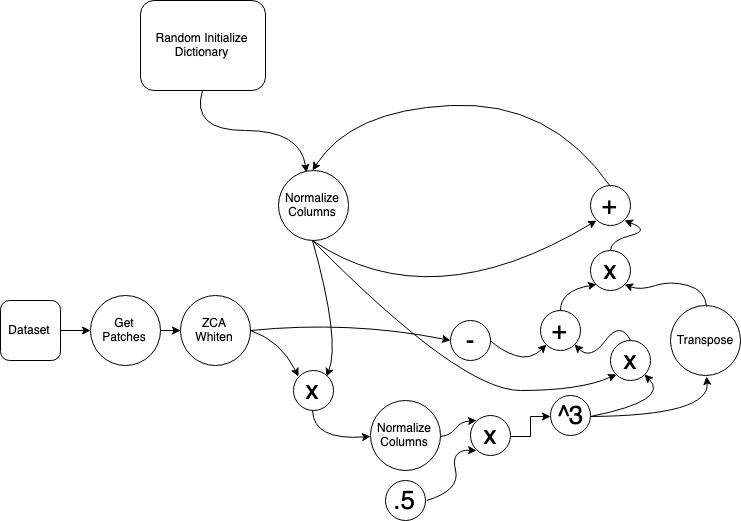
This is images/XCubed_diagram.png from mishakmak/X-3FeatureExtraction, a draw.io export, as it was before one commit. Source tidied: cells renumbered, new cells last; positions are measured from the earlier drawing's top-left corner, leaving out a move shared by most shapes.
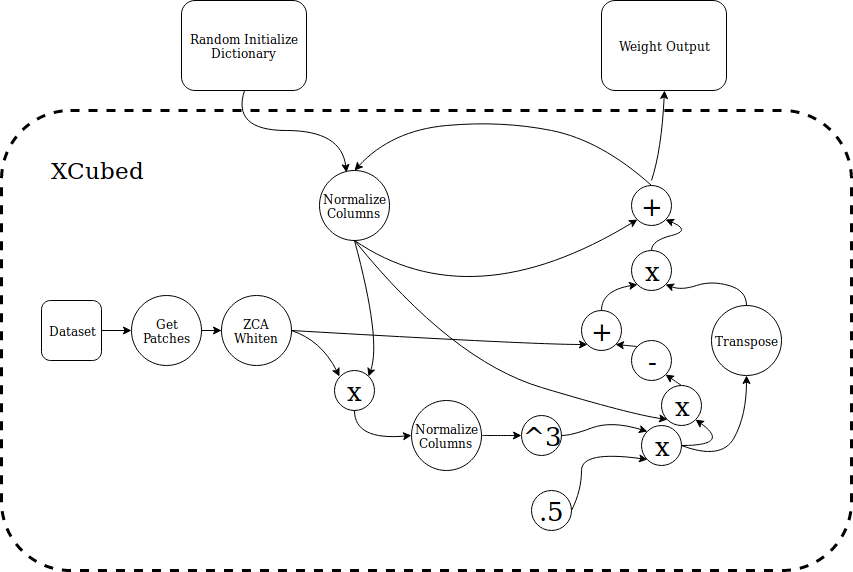
The same file after the commit.

The edit, as a diff of the source:
```diff
@@ -2,191 +2,200 @@
   <root>
     <mxCell id="0" />
     <mxCell id="1" parent="0" />
-    <mxCell id="2" value="Random Initialize Dictionary" style="rounded=1;whiteSpace=wrap;html=1;" parent="1" vertex="1">
-      <mxGeometry x="140" width="125" height="90" as="geometry" />
+    <mxCell id="2" style="rounded=1;whiteSpace=wrap;html=1;fillColor=#ffffff;strokeWidth=3;dashed=1;" parent="1" vertex="1">
+      <mxGeometry x="130" y="180" width="850" height="460" as="geometry" />
     </mxCell>
-    <mxCell id="3" style="endArrow=classic;html=1;exitX=0.5;exitY=1;exitDx=0;exitDy=0;curved=1;entryX=0.393;entryY=0.029;entryDx=0;entryDy=0;entryPerimeter=0;" parent="1" edge="1" source="2" target="4">
-      <mxGeometry relative="1" as="geometry">
-        <Array as="points">
-          <mxPoint x="190" y="130" />
-          <mxPoint x="300" y="130" />
-        </Array>
-      </mxGeometry>
+    <mxCell id="3" value="Random Initialize Dictionary" style="rounded=1;whiteSpace=wrap;html=1;" parent="1" vertex="1">
+      <mxGeometry x="310" y="70" width="125" height="90" as="geometry" />
     </mxCell>
-    <mxCell id="4" value="Normalize Columns&lt;br&gt;" style="ellipse;whiteSpace=wrap;html=1;" parent="1" vertex="1">
-      <mxGeometry x="277.5" y="170" width="70" height="70" as="geometry" />
+    <mxCell id="4" style="endArrow=classic;html=1;exitX=0.5;exitY=1;exitDx=0;exitDy=0;curved=1;entryX=0.393;entryY=0.029;entryDx=0;entryDy=0;entryPerimeter=0;" parent="1" edge="1" source="3" target="5">
+      <mxGeometry relative="1" as="geometry">
+        <Array as="points">
+          <mxPoint x="360" y="200" />
+          <mxPoint x="470" y="200" />
+        </Array>
+      </mxGeometry>
     </mxCell>
-    <mxCell id="5" value="&lt;font style=&quot;font-size: 26px&quot;&gt;x&lt;/font&gt;" style="ellipse;whiteSpace=wrap;html=1;" parent="1" vertex="1">
-      <mxGeometry x="610" y="340" width="40" height="40" as="geometry" />
+    <mxCell id="5" value="Normalize Columns&lt;br&gt;" style="ellipse;whiteSpace=wrap;html=1;" parent="1" vertex="1">
+      <mxGeometry x="447.5" y="240" width="70" height="70" as="geometry" />
     </mxCell>
     <mxCell id="6" value="&lt;font style=&quot;font-size: 26px&quot;&gt;x&lt;/font&gt;" style="ellipse;whiteSpace=wrap;html=1;" parent="1" vertex="1">
-      <mxGeometry x="590" y="250" width="40" height="40" as="geometry" />
+      <mxGeometry x="790" y="455" width="40" height="40" as="geometry" />
     </mxCell>
-    <mxCell id="7" value="&lt;span style=&quot;font-size: 26px&quot;&gt;+&lt;/span&gt;" style="ellipse;whiteSpace=wrap;html=1;" parent="1" vertex="1">
-      <mxGeometry x="590" y="185" width="40" height="40" as="geometry" />
+    <mxCell id="7" value="&lt;font style=&quot;font-size: 26px&quot;&gt;x&lt;/font&gt;" style="ellipse;whiteSpace=wrap;html=1;" parent="1" vertex="1">
+      <mxGeometry x="760" y="320" width="40" height="40" as="geometry" />
     </mxCell>
     <mxCell id="8" value="&lt;span style=&quot;font-size: 26px&quot;&gt;+&lt;/span&gt;" style="ellipse;whiteSpace=wrap;html=1;" parent="1" vertex="1">
-      <mxGeometry x="540" y="310" width="40" height="40" as="geometry" />
+      <mxGeometry x="760" y="255" width="40" height="40" as="geometry" />
     </mxCell>
-    <mxCell id="9" value="Normalize Columns&lt;br&gt;" style="ellipse;whiteSpace=wrap;html=1;" parent="1" vertex="1">
-      <mxGeometry x="370" y="400" width="70" height="70" as="geometry" />
+    <mxCell id="9" value="&lt;span style=&quot;font-size: 26px&quot;&gt;+&lt;/span&gt;" style="ellipse;whiteSpace=wrap;html=1;" parent="1" vertex="1">
+      <mxGeometry x="710" y="380" width="40" height="40" as="geometry" />
     </mxCell>
-    <mxCell id="10" value="&lt;font style=&quot;font-size: 26px&quot;&gt;x&lt;/font&gt;" style="ellipse;whiteSpace=wrap;html=1;" parent="1" vertex="1">
-      <mxGeometry x="292.5" y="370" width="40" height="40" as="geometry" />
+    <mxCell id="10" value="Normalize Columns&lt;br&gt;" style="ellipse;whiteSpace=wrap;html=1;" parent="1" vertex="1">
+      <mxGeometry x="540" y="470" width="70" height="70" as="geometry" />
     </mxCell>
-    <mxCell id="11" value="&lt;span style=&quot;font-size: 26px&quot;&gt;-&lt;/span&gt;" style="ellipse;whiteSpace=wrap;html=1;" parent="1" vertex="1">
-      <mxGeometry x="450" y="320" width="40" height="40" as="geometry" />
+    <mxCell id="11" value="&lt;font style=&quot;font-size: 26px&quot;&gt;x&lt;/font&gt;" style="ellipse;whiteSpace=wrap;html=1;" parent="1" vertex="1">
+      <mxGeometry x="462.5" y="440" width="40" height="40" as="geometry" />
     </mxCell>
-    <mxCell id="12" style="edgeStyle=orthogonalEdgeStyle;rounded=0;jettySize=auto;html=1;exitX=1;exitY=0.5;exitDx=0;exitDy=0;entryX=0;entryY=0.5;entryDx=0;entryDy=0;" parent="1" edge="1" source="13" target="14">
-      <mxGeometry relative="1" as="geometry" />
+    <mxCell id="12" value="&lt;span style=&quot;font-size: 26px&quot;&gt;-&lt;/span&gt;" style="ellipse;whiteSpace=wrap;html=1;" parent="1" vertex="1">
+      <mxGeometry x="760" y="410" width="40" height="40" as="geometry" />
     </mxCell>
     <mxCell id="13" value="&lt;font style=&quot;font-size: 26px&quot;&gt;x&lt;/font&gt;" style="ellipse;whiteSpace=wrap;html=1;" parent="1" vertex="1">
-      <mxGeometry x="470" y="415" width="40" height="40" as="geometry" />
+      <mxGeometry x="770" y="495" width="40" height="40" as="geometry" />
     </mxCell>
     <mxCell id="14" value="&lt;font style=&quot;font-size: 26px&quot;&gt;^3&lt;/font&gt;" style="ellipse;whiteSpace=wrap;html=1;" parent="1" vertex="1">
-      <mxGeometry x="550" y="395" width="40" height="40" as="geometry" />
+      <mxGeometry x="650" y="485" width="40" height="40" as="geometry" />
     </mxCell>
     <mxCell id="15" value="&lt;font style=&quot;font-size: 26px&quot;&gt;.5&lt;br&gt;&lt;/font&gt;" style="ellipse;whiteSpace=wrap;html=1;" parent="1" vertex="1">
-      <mxGeometry x="385" y="480" width="40" height="40" as="geometry" />
+      <mxGeometry x="660" y="560" width="40" height="40" as="geometry" />
     </mxCell>
     <mxCell id="16" value="Transpose&lt;br&gt;" style="ellipse;whiteSpace=wrap;html=1;" parent="1" vertex="1">
-      <mxGeometry x="670" y="305" width="70" height="70" as="geometry" />
+      <mxGeometry x="840" y="375" width="70" height="70" as="geometry" />
     </mxCell>
     <mxCell id="17" style="edgeStyle=orthogonalEdgeStyle;rounded=0;jettySize=auto;html=1;entryX=0;entryY=0.5;entryDx=0;entryDy=0;" parent="1" edge="1" source="18" target="20">
       <mxGeometry relative="1" as="geometry" />
     </mxCell>
     <mxCell id="18" value="Dataset" style="rounded=1;whiteSpace=wrap;html=1;" parent="1" vertex="1">
-      <mxGeometry y="300" width="60" height="60" as="geometry" />
+      <mxGeometry x="170" y="370" width="60" height="60" as="geometry" />
     </mxCell>
     <mxCell id="19" style="edgeStyle=orthogonalEdgeStyle;rounded=0;jettySize=auto;html=1;" parent="1" edge="1" source="20" target="21">
       <mxGeometry relative="1" as="geometry" />
     </mxCell>
     <mxCell id="20" value="Get&lt;br&gt;Patches&lt;br&gt;" style="ellipse;whiteSpace=wrap;html=1;" parent="1" vertex="1">
-      <mxGeometry x="90" y="295" width="70" height="70" as="geometry" />
+      <mxGeometry x="260" y="365" width="70" height="70" as="geometry" />
     </mxCell>
     <mxCell id="21" value="ZCA&lt;br&gt;Whiten&lt;br&gt;" style="ellipse;whiteSpace=wrap;html=1;" parent="1" vertex="1">
-      <mxGeometry x="180" y="295" width="70" height="70" as="geometry" />
+      <mxGeometry x="350" y="365" width="70" height="70" as="geometry" />
     </mxCell>
-    <mxCell id="22" style="curved=1;endArrow=classic;html=1;entryX=0;entryY=0;entryDx=0;entryDy=0;exitX=1;exitY=0.5;exitDx=0;exitDy=0;" parent="1" edge="1" source="21" target="10">
+    <mxCell id="22" style="curved=1;endArrow=classic;html=1;entryX=0;entryY=0;entryDx=0;entryDy=0;exitX=1;exitY=0.5;exitDx=0;exitDy=0;" parent="1" edge="1" source="21" target="11">
       <mxGeometry relative="1" as="geometry">
         <Array as="points">
-          <mxPoint x="280" y="340" />
+          <mxPoint x="450" y="410" />
         </Array>
       </mxGeometry>
     </mxCell>
-    <mxCell id="23" style="curved=1;endArrow=classic;html=1;entryX=0;entryY=0.5;entryDx=0;entryDy=0;exitX=1;exitY=0.5;exitDx=0;exitDy=0;" parent="1" edge="1" source="21" target="11">
+    <mxCell id="23" style="curved=1;endArrow=classic;html=1;exitX=1;exitY=0.5;exitDx=0;exitDy=0;entryX=0;entryY=1;entryDx=0;entryDy=0;" parent="1" edge="1" source="21" target="9">
       <mxGeometry relative="1" as="geometry">
         <Array as="points">
-          <mxPoint x="350" y="320" />
+          <mxPoint x="660" y="414" />
         </Array>
       </mxGeometry>
     </mxCell>
-    <mxCell id="24" style="curved=1;endArrow=classic;html=1;entryX=1;entryY=0;entryDx=0;entryDy=0;exitX=0.5;exitY=1;exitDx=0;exitDy=0;" parent="1" edge="1" source="4" target="10">
+    <mxCell id="24" style="curved=1;endArrow=classic;html=1;entryX=1;entryY=0;entryDx=0;entryDy=0;exitX=0.5;exitY=1;exitDx=0;exitDy=0;" parent="1" edge="1" source="5" target="11">
       <mxGeometry relative="1" as="geometry">
         <Array as="points">
-          <mxPoint x="340" y="340" />
+          <mxPoint x="510" y="410" />
         </Array>
       </mxGeometry>
     </mxCell>
-    <mxCell id="25" style="curved=1;endArrow=classic;html=1;entryX=0;entryY=1;entryDx=0;entryDy=0;exitX=0.5;exitY=1;exitDx=0;exitDy=0;" parent="1" edge="1" source="4" target="5">
+    <mxCell id="25" style="curved=1;endArrow=classic;html=1;entryX=0;entryY=1;entryDx=0;entryDy=0;exitX=0.5;exitY=1;exitDx=0;exitDy=0;" parent="1" edge="1" source="5" target="6">
       <mxGeometry relative="1" as="geometry">
         <Array as="points">
-          <mxPoint x="460" y="390" />
-          <mxPoint x="580" y="390" />
+          <mxPoint x="580" y="430" />
+          <mxPoint x="760" y="484" />
         </Array>
       </mxGeometry>
     </mxCell>
-    <mxCell id="26" style="curved=1;endArrow=classic;html=1;entryX=0;entryY=1;entryDx=0;entryDy=0;exitX=1;exitY=0.5;exitDx=0;exitDy=0;" parent="1" edge="1" source="11" target="8">
+    <mxCell id="26" style="curved=1;endArrow=classic;html=1;entryX=0.5;entryY=1;entryDx=0;entryDy=0;exitX=1;exitY=0.5;exitDx=0;exitDy=0;" parent="1" edge="1" source="13" target="16">
       <mxGeometry relative="1" as="geometry">
         <Array as="points">
-          <mxPoint x="500" y="350" />
-          <mxPoint x="530" y="360" />
+          <mxPoint x="850" y="530" />
+          <mxPoint x="875" y="485" />
         </Array>
       </mxGeometry>
     </mxCell>
-    <mxCell id="27" style="curved=1;endArrow=classic;html=1;entryX=1;entryY=1;entryDx=0;entryDy=0;exitX=0.5;exitY=0;exitDx=0;exitDy=0;" parent="1" edge="1" source="5" target="8">
+    <mxCell id="27" style="curved=1;endArrow=classic;html=1;entryX=0;entryY=1;entryDx=0;entryDy=0;exitX=0.5;exitY=1;exitDx=0;exitDy=0;" parent="1" edge="1" source="5" target="8">
       <mxGeometry relative="1" as="geometry">
         <Array as="points">
-          <mxPoint x="620" y="320" />
-          <mxPoint x="590" y="360" />
+          <mxPoint x="600" y="390" />
         </Array>
       </mxGeometry>
     </mxCell>
-    <mxCell id="28" style="curved=1;endArrow=classic;html=1;entryX=0.5;entryY=1;entryDx=0;entryDy=0;exitX=1;exitY=0.5;exitDx=0;exitDy=0;" parent="1" edge="1" source="14" target="16">
+    <mxCell id="28" style="curved=1;endArrow=classic;html=1;entryX=1;entryY=1;entryDx=0;entryDy=0;exitX=0.5;exitY=0;exitDx=0;exitDy=0;" parent="1" edge="1" source="7" target="8">
       <mxGeometry relative="1" as="geometry">
         <Array as="points">
-          <mxPoint x="710" y="415" />
+          <mxPoint x="780" y="310" />
+          <mxPoint x="820" y="300" />
         </Array>
       </mxGeometry>
     </mxCell>
-    <mxCell id="29" style="curved=1;endArrow=classic;html=1;entryX=1;entryY=1;entryDx=0;entryDy=0;exitX=1;exitY=0.5;exitDx=0;exitDy=0;" parent="1" edge="1" source="14" target="5">
+    <mxCell id="29" style="curved=1;endArrow=classic;html=1;entryX=0;entryY=1;entryDx=0;entryDy=0;exitX=0.5;exitY=0;exitDx=0;exitDy=0;" parent="1" edge="1" source="9" target="7">
       <mxGeometry relative="1" as="geometry">
         <Array as="points">
-          <mxPoint x="670" y="400" />
+          <mxPoint x="730" y="360" />
         </Array>
       </mxGeometry>
     </mxCell>
-    <mxCell id="30" style="curved=1;endArrow=classic;html=1;entryX=0;entryY=1;entryDx=0;entryDy=0;exitX=0.5;exitY=1;exitDx=0;exitDy=0;" parent="1" edge="1" source="4" target="7">
+    <mxCell id="30" style="curved=1;endArrow=classic;html=1;entryX=1;entryY=1;entryDx=0;entryDy=0;exitX=0.5;exitY=0;exitDx=0;exitDy=0;" parent="1" edge="1" source="16" target="7">
       <mxGeometry relative="1" as="geometry">
         <Array as="points">
-          <mxPoint x="430" y="320" />
+          <mxPoint x="875" y="360" />
+          <mxPoint x="840" y="350" />
+          <mxPoint x="810" y="360" />
         </Array>
       </mxGeometry>
     </mxCell>
-    <mxCell id="31" style="curved=1;endArrow=classic;html=1;entryX=1;entryY=1;entryDx=0;entryDy=0;exitX=0.5;exitY=0;exitDx=0;exitDy=0;" parent="1" edge="1" source="6" target="7">
+    <mxCell id="31" style="curved=1;endArrow=classic;html=1;entryX=0.5;entryY=0;entryDx=0;entryDy=0;exitX=0.5;exitY=0;exitDx=0;exitDy=0;" parent="1" edge="1" source="8" target="5">
       <mxGeometry relative="1" as="geometry">
         <Array as="points">
-          <mxPoint x="610" y="240" />
-          <mxPoint x="650" y="230" />
+          <mxPoint x="730" y="210" />
+          <mxPoint x="630" y="190" />
+          <mxPoint x="520" y="200" />
         </Array>
       </mxGeometry>
     </mxCell>
-    <mxCell id="32" style="curved=1;endArrow=classic;html=1;entryX=0;entryY=1;entryDx=0;entryDy=0;exitX=0.5;exitY=0;exitDx=0;exitDy=0;" parent="1" edge="1" source="8" target="6">
+    <mxCell id="32" style="curved=1;endArrow=classic;html=1;entryX=0;entryY=1;entryDx=0;entryDy=0;exitX=1;exitY=0.5;exitDx=0;exitDy=0;" parent="1" edge="1" source="15" target="13">
       <mxGeometry relative="1" as="geometry">
         <Array as="points">
-          <mxPoint x="560" y="290" />
+          <mxPoint x="710" y="560" />
+          <mxPoint x="710" y="520" />
         </Array>
       </mxGeometry>
     </mxCell>
-    <mxCell id="33" style="curved=1;endArrow=classic;html=1;entryX=1;entryY=1;entryDx=0;entryDy=0;exitX=0.5;exitY=0;exitDx=0;exitDy=0;" parent="1" edge="1" source="16" target="6">
-      <mxGeometry relative="1" as="geometry">
-        <Array as="points">
-          <mxPoint x="705" y="290" />
-          <mxPoint x="670" y="280" />
-          <mxPoint x="640" y="290" />
-        </Array>
-      </mxGeometry>
+    <mxCell id="33" style="curved=1;endArrow=classic;html=1;entryX=0;entryY=0.5;entryDx=0;entryDy=0;exitX=1;exitY=0.5;exitDx=0;exitDy=0;" parent="1" edge="1" source="10" target="14">
+      <mxGeometry relative="1" as="geometry" />
     </mxCell>
-    <mxCell id="34" style="curved=1;endArrow=classic;html=1;entryX=0.5;entryY=0;entryDx=0;entryDy=0;exitX=0.5;exitY=0;exitDx=0;exitDy=0;" parent="1" edge="1" source="7" target="4">
+    <mxCell id="34" style="curved=1;endArrow=classic;html=1;entryX=0;entryY=0.5;entryDx=0;entryDy=0;exitX=0.5;exitY=1;exitDx=0;exitDy=0;" parent="1" edge="1" source="11" target="10">
       <mxGeometry relative="1" as="geometry">
         <Array as="points">
-          <mxPoint x="550" y="100" />
-          <mxPoint x="350" y="110" />
+          <mxPoint x="483" y="510" />
         </Array>
       </mxGeometry>
     </mxCell>
-    <mxCell id="35" style="curved=1;endArrow=classic;html=1;entryX=0;entryY=1;entryDx=0;entryDy=0;exitX=1;exitY=0.5;exitDx=0;exitDy=0;" parent="1" edge="1" source="15" target="13">
+    <mxCell id="35" style="curved=1;endArrow=classic;html=1;entryX=0;entryY=0;entryDx=0;entryDy=0;exitX=1;exitY=0.5;exitDx=0;exitDy=0;" parent="1" edge="1" source="14" target="13">
       <mxGeometry relative="1" as="geometry">
         <Array as="points">
-          <mxPoint x="460" y="490" />
-          <mxPoint x="450" y="449" />
+          <mxPoint x="700" y="505" />
+          <mxPoint x="740" y="490" />
         </Array>
       </mxGeometry>
     </mxCell>
-    <mxCell id="36" style="curved=1;endArrow=classic;html=1;entryX=0;entryY=0;entryDx=0;entryDy=0;exitX=1;exitY=0.5;exitDx=0;exitDy=0;" parent="1" edge="1" source="9" target="13">
+    <mxCell id="36" style="curved=1;endArrow=classic;html=1;exitX=1;exitY=0.5;exitDx=0;exitDy=0;entryX=1;entryY=1;entryDx=0;entryDy=0;" parent="1" edge="1" source="13" target="6">
       <mxGeometry relative="1" as="geometry">
         <Array as="points">
-          <mxPoint x="450" y="435" />
-          <mxPoint x="460" y="421" />
+          <mxPoint x="860" y="515" />
         </Array>
       </mxGeometry>
     </mxCell>
-    <mxCell id="37" style="curved=1;endArrow=classic;html=1;entryX=0;entryY=0.5;entryDx=0;entryDy=0;exitX=0.5;exitY=1;exitDx=0;exitDy=0;" parent="1" edge="1" source="10" target="9">
-      <mxGeometry relative="1" as="geometry">
-        <Array as="points">
-          <mxPoint x="313" y="440" />
-        </Array>
-      </mxGeometry>
+    <mxCell id="37" style="curved=1;endArrow=classic;html=1;exitX=0.5;exitY=0;exitDx=0;exitDy=0;entryX=1;entryY=1;entryDx=0;entryDy=0;" parent="1" edge="1" source="6" target="12">
+      <mxGeometry relative="1" as="geometry" />
     </mxCell>
+    <mxCell id="38" style="curved=1;endArrow=classic;html=1;entryX=1;entryY=1;entryDx=0;entryDy=0;exitX=0;exitY=0;exitDx=0;exitDy=0;" parent="1" edge="1" source="12" target="9">
+      <mxGeometry relative="1" as="geometry" />
+    </mxCell>
+    <mxCell id="39" style="curved=1;endArrow=classic;html=1;entryX=0.5;entryY=1;entryDx=0;entryDy=0;" parent="1" edge="1" target="40">
+      <mxGeometry relative="1" as="geometry">
+        <mxPoint x="780" y="250" as="sourcePoint" />
+        <Array as="points">
+          <mxPoint x="790" y="220" />
+        </Array>
+      </mxGeometry>
+    </mxCell>
+    <mxCell id="40" value="&lt;div&gt;Weight Output&lt;/div&gt;" style="rounded=1;whiteSpace=wrap;html=1;" parent="1" vertex="1">
+      <mxGeometry x="730" y="70" width="125" height="90" as="geometry" />
+    </mxCell>
+    <mxCell id="41" value="XCubed" style="text;html=1;strokeColor=none;fillColor=none;align=center;verticalAlign=middle;whiteSpace=wrap;rounded=0;dashed=1;fontSize=23;" parent="1" vertex="1">
+      <mxGeometry x="170" y="215" width="110" height="50" as="geometry" />
+    </mxCell>
   </root>
 </mxGraphModel>
```
